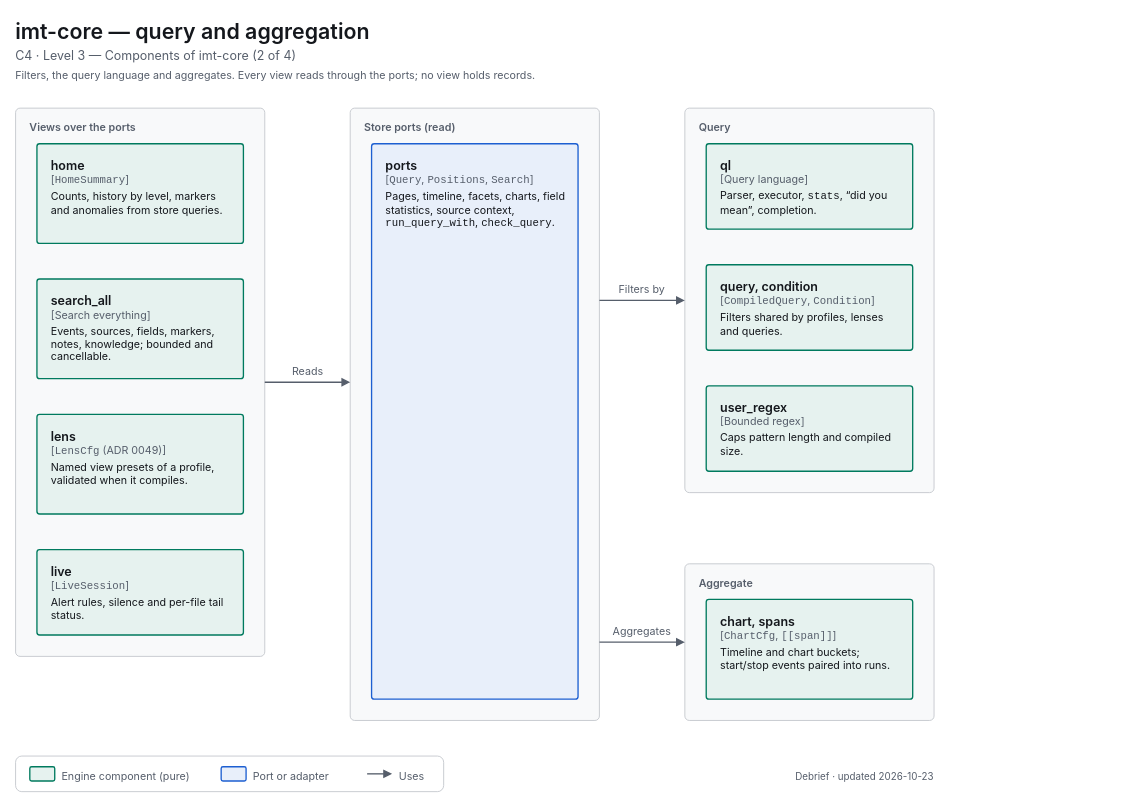
This is docs/diagrams/c4-3-engine-query.drawio from decryp7/integrated_maintenance_tool, a draw.io file, before an edit. Source tidied: cells renumbered, new cells numbered last; positions are measured from the earlier drawing's top-left corner, leaving out a move shared by most shapes. Both pictures are drawn from the tidied source at 89%, with x=0, y=0 at pixel (15, 15).
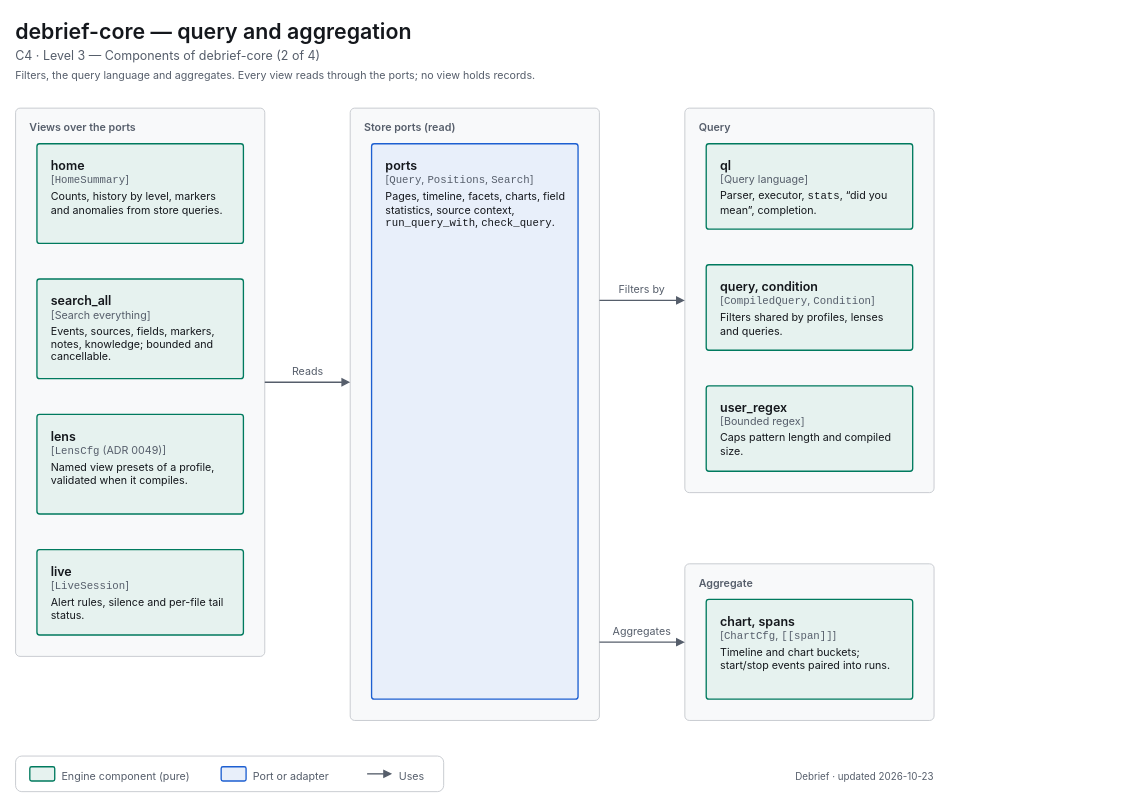
Above is the later version.

Diff of the diagram source:
```diff
@@
-    <mxCell id="2" value="&lt;span style=&quot;font-size:24px;font-weight:600&quot;&gt;imt-core — query and aggregation&lt;/span&gt;" style="html=1;whiteSpace=wrap;fontFamily=-apple-system,BlinkMacSystemFont,Segoe UI,system-ui,sans-serif;fontSize=12;fontColor=light-dark(#14171C,#ECEEF1);text;strokeColor=none;fillColor=none;align=left;verticalAlign=top;spacing=0;fontColor=light-dark(#14171C,#ECEEF1);" parent="1" vertex="1">
+    <mxCell id="2" value="&lt;span style=&quot;font-size:24px;font-weight:600&quot;&gt;debrief-core — query and aggregation&lt;/span&gt;" style="html=1;whiteSpace=wrap;fontFamily=-apple-system,BlinkMacSystemFont,Segoe UI,system-ui,sans-serif;fontSize=12;fontColor=light-dark(#14171C,#ECEEF1);text;strokeColor=none;fillColor=none;align=left;verticalAlign=top;spacing=0;fontColor=light-dark(#14171C,#ECEEF1);" parent="1" vertex="1">
       <mxGeometry width="1248" height="32" as="geometry" />
     </mxCell>
-    <mxCell id="3" value="&lt;span style=&quot;font-size:14px;font-weight:400&quot;&gt;C4 · Level 3 — Components of imt-core (2 of 4)&lt;/span&gt;" style="html=1;whiteSpace=wrap;fontFamily=-apple-system,BlinkMacSystemFont,Segoe UI,system-ui,sans-serif;fontSize=12;fontColor=light-dark(#14171C,#ECEEF1);text;strokeColor=none;fillColor=none;align=left;verticalAlign=top;spacing=0;fontColor=light-dark(#565E6B,#A0A7B2);" parent="1" vertex="1">
+    <mxCell id="3" value="&lt;span style=&quot;font-size:14px;font-weight:400&quot;&gt;C4 · Level 3 — Components of debrief-core (2 of 4)&lt;/span&gt;" style="html=1;whiteSpace=wrap;fontFamily=-apple-system,BlinkMacSystemFont,Segoe UI,system-ui,sans-serif;fontSize=12;fontColor=light-dark(#14171C,#ECEEF1);text;strokeColor=none;fillColor=none;align=left;verticalAlign=top;spacing=0;fontColor=light-dark(#565E6B,#A0A7B2);" parent="1" vertex="1">
       <mxGeometry y="32" width="1248" height="24" as="geometry" />
     </mxCell>
```
